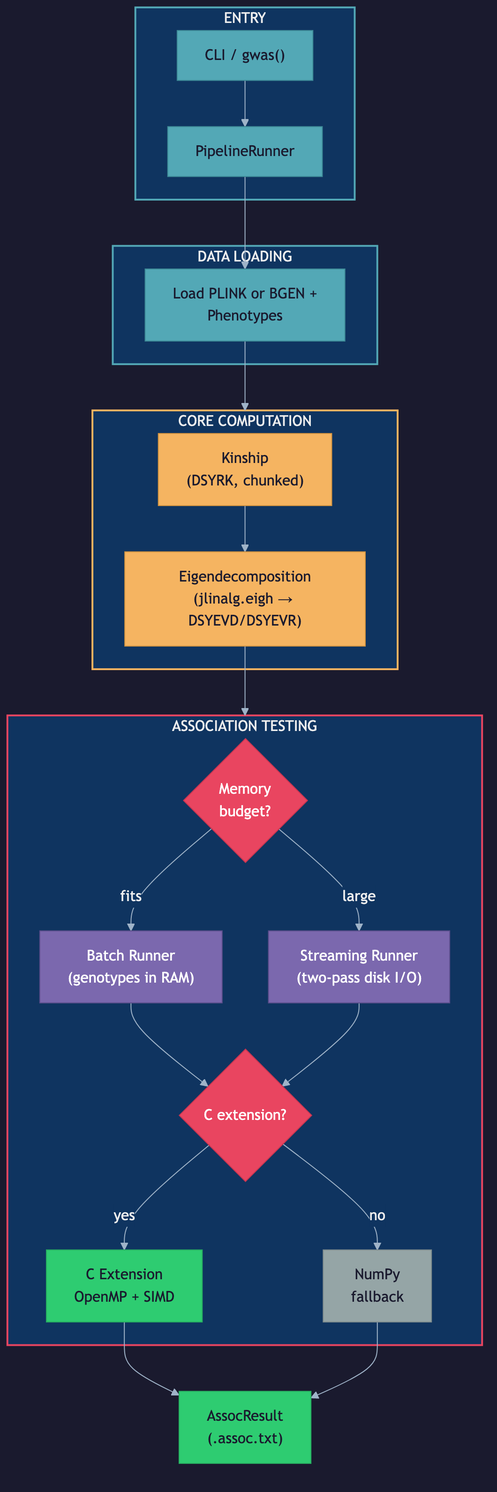
This is docs/architecture.png from michael-denyer/jamma, a Mermaid export, as it was before one commit. Its source is kept beside it as docs/architecture.mmd.
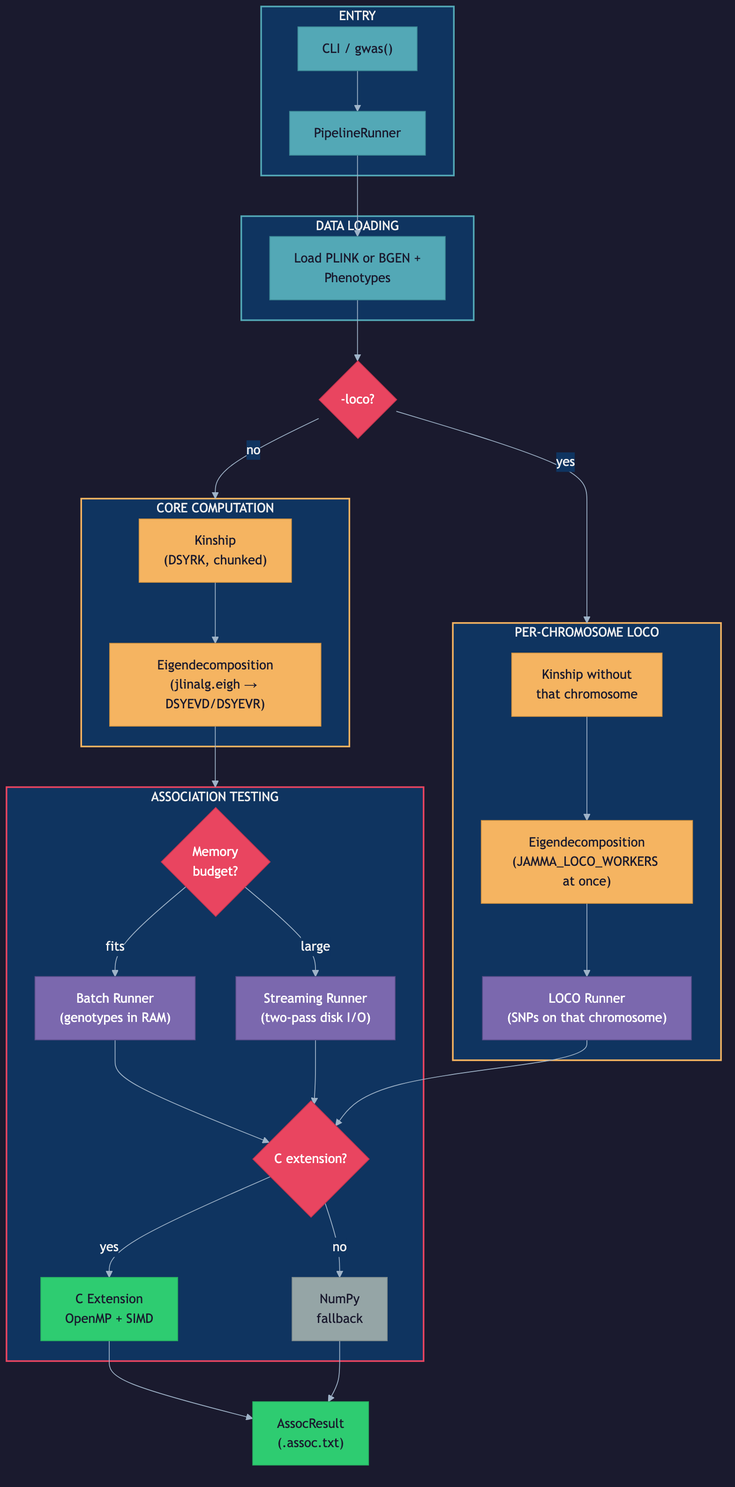
Later version of the same file.

Commit message:
Show the LOCO path in the architecture diagram (#501)

Change to the diagram source:
```diff
@@ -23,6 +23,15 @@
         KIN --> EIG
     end
 
+    LOCOQ{"-loco?"}
+
+    subgraph LOCO["PER-CHROMOSOME LOCO"]
+        LKIN["Kinship without<br/>that chromosome"]
+        LEIG["Eigendecomposition<br/>(JAMMA_LOCO_WORKERS at once)"]
+        LRUN["LOCO Runner<br/>(SNPs on that chromosome)"]
+        LKIN --> LEIG --> LRUN
+    end
+
     subgraph ASSOC["ASSOCIATION TESTING"]
         MEM{"Memory<br/>budget?"}
         NP["Batch Runner<br/>(genotypes in RAM)"]
@@ -40,8 +49,11 @@
 
     RES["AssocResult<br/>(.assoc.txt)"]
 
-    PIPE --> LOAD --> CORE
+    PIPE --> LOAD --> LOCOQ
+    LOCOQ -->|no| CORE
+    LOCOQ -->|yes| LOCO
     EIG --> ASSOC
+    LRUN --> CEXT
     C --> RES
     PY --> RES
 
@@ -49,6 +61,7 @@
     style IO fill:#0f3460,stroke:#53a8b6,color:#eee,stroke-width:2px
     style CORE fill:#0f3460,stroke:#f5b461,color:#eee,stroke-width:2px
     style ASSOC fill:#0f3460,stroke:#e94560,color:#eee,stroke-width:2px
+    style LOCO fill:#0f3460,stroke:#f5b461,color:#eee,stroke-width:2px
 
     style CLI fill:#53a8b6,stroke:#3d8a96,color:#1a1a2e
     style PIPE fill:#53a8b6,stroke:#3d8a96,color:#1a1a2e
@@ -56,6 +69,11 @@
 
     style KIN fill:#f5b461,stroke:#d4943f,color:#1a1a2e
     style EIG fill:#f5b461,stroke:#d4943f,color:#1a1a2e
+
+    style LOCOQ fill:#e94560,stroke:#c73550,color:#fff
+    style LKIN fill:#f5b461,stroke:#d4943f,color:#1a1a2e
+    style LEIG fill:#f5b461,stroke:#d4943f,color:#1a1a2e
+    style LRUN fill:#7b68ae,stroke:#5a4d8a,color:#fff
 
     style MEM fill:#e94560,stroke:#c73550,color:#fff
     style NP fill:#7b68ae,stroke:#5a4d8a,color:#fff
```
